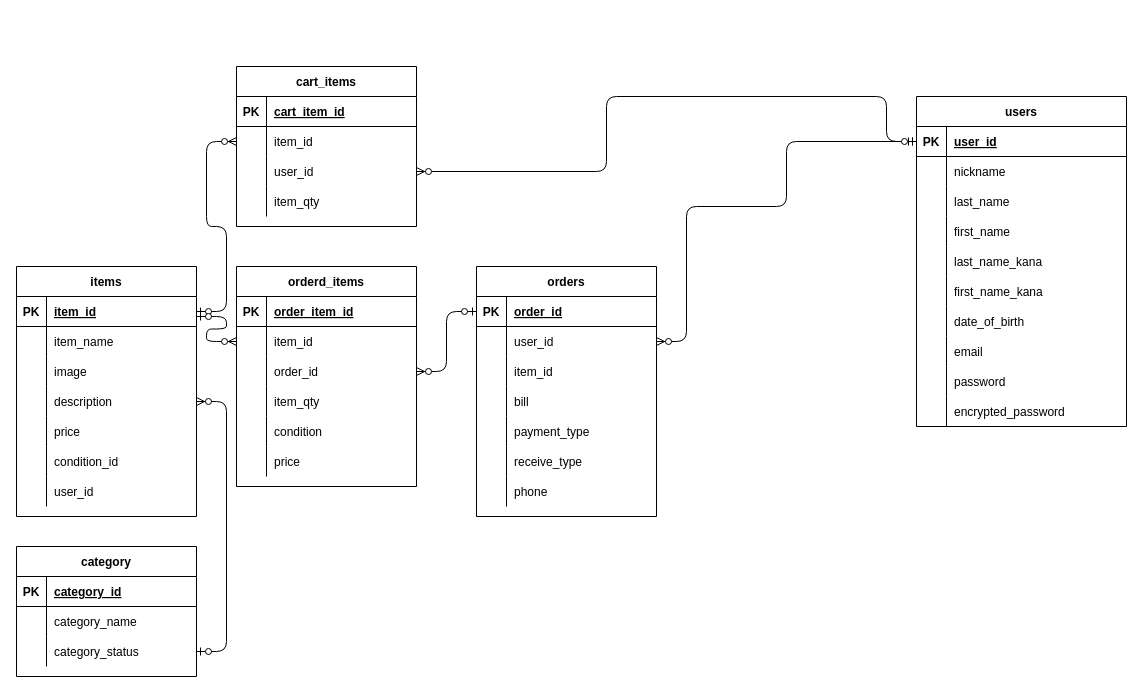
Earlier version of the draw.io diagram ER.dio (fuosa/smartglutton). Source tidied: cells renumbered, new cells numbered last; positions are measured from the earlier drawing's top-left corner, leaving out a move shared by most shapes. Both pictures are drawn from the tidied source at 100%, with x=0, y=0 at pixel (16, 66).
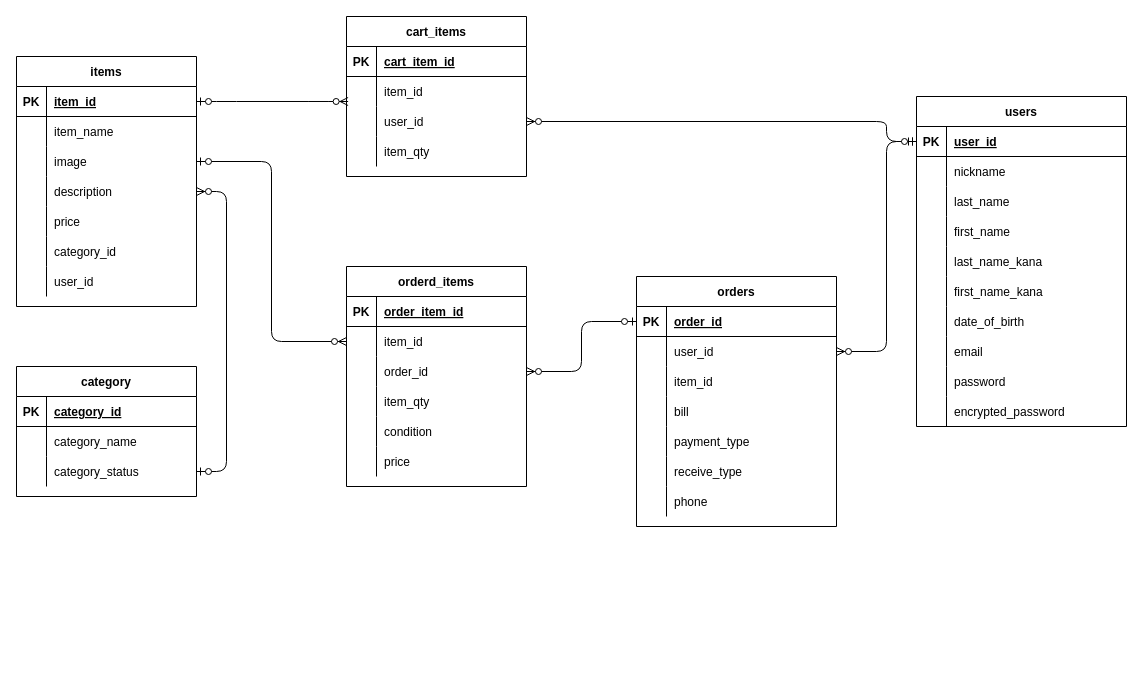
The same diagram, later.

The change refers to these unchanged cells:
```xml
<mxCell id="3" style="shape=partialRectangle;fillColor=none;top=0;left=0;bottom=1;right=0;points=[[0,0.5],[1,0.5]];portConstraint=eastwest;" parent="2" vertex="1">
  <mxGeometry y="30" width="210" height="30" as="geometry" />
</mxCell>
<mxCell id="56" style="shape=partialRectangle;fillColor=none;top=0;left=0;bottom=1;right=0;points=[[0,0.5],[1,0.5]];portConstraint=eastwest;" parent="55" vertex="1">
  <mxGeometry y="30" width="180" height="30" as="geometry" />
</mxCell>
<mxCell id="62" style="shape=partialRectangle;fillColor=none;top=0;left=0;bottom=0;right=0;points=[[0,0.5],[1,0.5]];portConstraint=eastwest;" parent="55" vertex="1">
  <mxGeometry y="90" width="180" height="30" as="geometry" />
</mxCell>
<mxCell id="71" style="shape=partialRectangle;fillColor=none;top=0;left=0;bottom=0;right=0;" parent="55" vertex="1">
  <mxGeometry y="180" width="180" height="30" as="geometry" />
</mxCell>
<mxCell id="81" style="shape=partialRectangle;fillColor=none;top=0;left=0;bottom=0;right=0;points=[[0,0.5],[1,0.5]];portConstraint=eastwest;" parent="77" vertex="1">
  <mxGeometry y="60" width="180" height="30" as="geometry" />
</mxCell>
<mxCell id="84" style="shape=partialRectangle;fillColor=none;top=0;left=0;bottom=0;right=0;points=[[0,0.5],[1,0.5]];portConstraint=eastwest;" parent="77" vertex="1">
  <mxGeometry y="90" width="180" height="30" as="geometry" />
</mxCell>
<mxCell id="94" style="shape=partialRectangle;fillColor=none;top=0;left=0;bottom=0;right=0;points=[[0,0.5],[1,0.5]];portConstraint=eastwest;" parent="90" vertex="1">
  <mxGeometry y="60" width="180" height="30" as="geometry" />
</mxCell>
<mxCell id="97" style="shape=partialRectangle;fillColor=none;top=0;left=0;bottom=0;right=0;points=[[0,0.5],[1,0.5]];portConstraint=eastwest;" parent="90" vertex="1">
  <mxGeometry y="90" width="180" height="30" as="geometry" />
</mxCell>
```

Diff of the diagram source:
```diff
@@
     <mxCell id="33" value="orders" style="shape=table;startSize=30;childLayout=tableLayout;rowLines=0;fontStyle=1;align=center;" parent="1" vertex="1">
-      <mxGeometry x="460" y="200" width="180" height="250" as="geometry" />
+      <mxGeometry x="620" y="210" width="200" height="250" as="geometry" />
     </mxCell>
     <mxCell id="34" style="shape=partialRectangle;fillColor=none;top=0;left=0;bottom=1;right=0;points=[[0,0.5],[1,0.5]];portConstraint=eastwest;" parent="33" vertex="1">
-      <mxGeometry y="30" width="180" height="30" as="geometry" />
+      <mxGeometry y="30" width="200" height="30" as="geometry" />
     </mxCell>
@@
     <mxCell id="36" value="order_id" style="shape=partialRectangle;fillColor=none;top=0;left=0;bottom=0;right=0;align=left;spacingLeft=6;fontStyle=5;overflow=hidden;" parent="34" vertex="1">
-      <mxGeometry x="30" width="150" height="30" as="geometry" />
+      <mxGeometry x="30" width="170" height="30" as="geometry" />
     </mxCell>
     <mxCell id="37" style="shape=partialRectangle;fillColor=none;top=0;left=0;bottom=0;right=0;points=[[0,0.5],[1,0.5]];portConstraint=eastwest;" parent="33" vertex="1">
-      <mxGeometry y="60" width="180" height="30" as="geometry" />
+      <mxGeometry y="60" width="200" height="30" as="geometry" />
     </mxCell>
@@
     <mxCell id="39" value="user_id" style="shape=partialRectangle;fillColor=none;top=0;left=0;bottom=0;right=0;align=left;spacingLeft=6;overflow=hidden;" parent="37" vertex="1">
-      <mxGeometry x="30" width="150" height="30" as="geometry" />
+      <mxGeometry x="30" width="170" height="30" as="geometry" />
     </mxCell>
     <mxCell id="40" style="shape=partialRectangle;fillColor=none;top=0;left=0;bottom=0;right=0;" parent="33" vertex="1">
-      <mxGeometry y="90" width="180" height="30" as="geometry" />
+      <mxGeometry y="90" width="200" height="30" as="geometry" />
     </mxCell>
@@
     <mxCell id="42" value="item_id" style="shape=partialRectangle;fillColor=none;top=0;left=0;bottom=0;right=0;align=left;spacingLeft=6;overflow=hidden;" parent="40" vertex="1">
-      <mxGeometry x="30" width="150" height="30" as="geometry" />
+      <mxGeometry x="30" width="170" height="30" as="geometry" />
     </mxCell>
     <mxCell id="43" style="shape=partialRectangle;fillColor=none;top=0;left=0;bottom=0;right=0;" parent="33" vertex="1">
-      <mxGeometry y="120" width="180" height="30" as="geometry" />
+      <mxGeometry y="120" width="200" height="30" as="geometry" />
     </mxCell>
@@
     <mxCell id="45" value="bill" style="shape=partialRectangle;fillColor=none;top=0;left=0;bottom=0;right=0;align=left;spacingLeft=6;overflow=hidden;" parent="43" vertex="1">
-      <mxGeometry x="30" width="150" height="30" as="geometry" />
+      <mxGeometry x="30" width="170" height="30" as="geometry" />
     </mxCell>
     <mxCell id="46" style="shape=partialRectangle;fillColor=none;top=0;left=0;bottom=0;right=0;" parent="33" vertex="1">
-      <mxGeometry y="150" width="180" height="30" as="geometry" />
+      <mxGeometry y="150" width="200" height="30" as="geometry" />
     </mxCell>
@@
     <mxCell id="48" value="payment_type" style="shape=partialRectangle;fillColor=none;top=0;left=0;bottom=0;right=0;align=left;spacingLeft=6;overflow=hidden;" parent="46" vertex="1">
-      <mxGeometry x="30" width="150" height="30" as="geometry" />
+      <mxGeometry x="30" width="170" height="30" as="geometry" />
     </mxCell>
     <mxCell id="49" style="shape=partialRectangle;fillColor=none;top=0;left=0;bottom=0;right=0;" parent="33" vertex="1">
-      <mxGeometry y="180" width="180" height="30" as="geometry" />
+      <mxGeometry y="180" width="200" height="30" as="geometry" />
     </mxCell>
@@
     <mxCell id="51" value="receive_type" style="shape=partialRectangle;fillColor=none;top=0;left=0;bottom=0;right=0;align=left;spacingLeft=6;overflow=hidden;" parent="49" vertex="1">
-      <mxGeometry x="30" width="150" height="30" as="geometry" />
+      <mxGeometry x="30" width="170" height="30" as="geometry" />
     </mxCell>
     <mxCell id="52" style="shape=partialRectangle;fillColor=none;top=0;left=0;bottom=0;right=0;" parent="33" vertex="1">
-      <mxGeometry y="210" width="180" height="30" as="geometry" />
+      <mxGeometry y="210" width="200" height="30" as="geometry" />
     </mxCell>
@@
     <mxCell id="54" value="phone" style="shape=partialRectangle;fillColor=none;top=0;left=0;bottom=0;right=0;align=left;spacingLeft=6;overflow=hidden;" parent="52" vertex="1">
-      <mxGeometry x="30" width="150" height="30" as="geometry" />
+      <mxGeometry x="30" width="170" height="30" as="geometry" />
     </mxCell>
     <mxCell id="55" value="items" style="shape=table;startSize=30;childLayout=tableLayout;rowLines=0;fontStyle=1;align=center;" parent="1" vertex="1">
-      <mxGeometry y="200" width="180" height="250" as="geometry" />
+      <mxGeometry y="-10" width="180" height="250" as="geometry" />
     </mxCell>
@@
-    <mxCell id="73" value="condition_id" style="shape=partialRectangle;fillColor=none;top=0;left=0;bottom=0;right=0;align=left;spacingLeft=6;overflow=hidden;" parent="71" vertex="1">
+    <mxCell id="73" value="category_id" style="shape=partialRectangle;fillColor=none;top=0;left=0;bottom=0;right=0;align=left;spacingLeft=6;overflow=hidden;" parent="71" vertex="1">
       <mxGeometry x="30" width="150" height="30" as="geometry" />
     </mxCell>
@@
     <mxCell id="77" value="cart_items" style="shape=table;startSize=30;childLayout=tableLayout;rowLines=0;fontStyle=1;align=center;" parent="1" vertex="1">
-      <mxGeometry x="220" width="180" height="160" as="geometry" />
+      <mxGeometry x="330" y="-50" width="180" height="160" as="geometry" />
     </mxCell>
@@
     <mxCell id="90" value="orderd_items" style="shape=table;startSize=30;childLayout=tableLayout;rowLines=0;fontStyle=1;align=center;" parent="1" vertex="1">
-      <mxGeometry x="220" y="200" width="180" height="220" as="geometry" />
+      <mxGeometry x="330" y="200" width="180" height="220" as="geometry" />
     </mxCell>
@@
     <mxCell id="109" value="category" style="shape=table;startSize=30;childLayout=tableLayout;rowLines=0;fontStyle=1;align=center;" parent="1" vertex="1">
-      <mxGeometry y="480" width="180" height="130" as="geometry" />
+      <mxGeometry y="300" width="180" height="130" as="geometry" />
     </mxCell>
@@
     <mxCell id="119" style="edgeStyle=orthogonalEdgeStyle;fontSize=12;html=1;endArrow=ERzeroToMany;startArrow=ERmandOne;exitX=0;exitY=0.5;exitDx=0;exitDy=0;entryX=1;entryY=0.5;entryDx=0;entryDy=0;" parent="1" edge="1" source="3" target="84">
       <mxGeometry relative="1" as="geometry">
         <Array as="points">
           <mxPoint x="870" y="75" />
-          <mxPoint x="870" y="30" />
-          <mxPoint x="590" y="30" />
-          <mxPoint x="590" y="105" />
+          <mxPoint x="870" y="55" />
         </Array>
       </mxGeometry>
     </mxCell>
     <mxCell id="120" style="edgeStyle=orthogonalEdgeStyle;fontSize=12;html=1;endArrow=ERzeroToMany;startArrow=ERzeroToOne;entryX=1;entryY=0.5;entryDx=0;entryDy=0;exitX=0;exitY=0.5;exitDx=0;exitDy=0;" parent="1" edge="1" source="3" target="37">
       <mxGeometry relative="1" as="geometry">
         <Array as="points">
-          <mxPoint x="770" y="75" />
-          <mxPoint x="770" y="140" />
-          <mxPoint x="670" y="140" />
-          <mxPoint x="670" y="275" />
+          <mxPoint x="870" y="75" />
+          <mxPoint x="870" y="285" />
         </Array>
       </mxGeometry>
     </mxCell>
-    <mxCell id="121" style="edgeStyle=entityRelationEdgeStyle;fontSize=12;html=1;endArrow=ERzeroToMany;startArrow=ERzeroToOne;exitX=0;exitY=0.5;exitDx=0;exitDy=0;" parent="1" edge="1" source="34" target="97">
+    <mxCell id="121" style="edgeStyle=orthogonalEdgeStyle;fontSize=12;html=1;endArrow=ERzeroToMany;startArrow=ERzeroToOne;exitX=0;exitY=0.5;exitDx=0;exitDy=0;" parent="1" edge="1" source="34" target="97">
       <mxGeometry relative="1" as="geometry" />
     </mxCell>
-    <mxCell id="122" style="edgeStyle=entityRelationEdgeStyle;fontSize=12;html=1;endArrow=ERzeroToMany;startArrow=ERzeroToOne;entryX=0;entryY=0.5;entryDx=0;entryDy=0;exitX=1;exitY=0.5;exitDx=0;exitDy=0;" parent="1" edge="1" source="56" target="81">
+    <mxCell id="122" style="edgeStyle=entityRelationEdgeStyle;fontSize=12;html=1;endArrow=ERzeroToMany;startArrow=ERzeroToOne;entryX=0.009;entryY=-0.167;entryDx=0;entryDy=0;exitX=1;exitY=0.5;exitDx=0;exitDy=0;entryPerimeter=0;" parent="1" edge="1" source="56" target="84">
       <mxGeometry relative="1" as="geometry" />
     </mxCell>
-    <mxCell id="123" style="edgeStyle=entityRelationEdgeStyle;fontSize=12;html=1;endArrow=ERzeroToMany;startArrow=ERzeroToOne;entryX=0;entryY=0.5;entryDx=0;entryDy=0;" parent="1" edge="1" target="94">
-      <mxGeometry relative="1" as="geometry">
-        <mxPoint x="180" y="250" as="sourcePoint" />
-      </mxGeometry>
+    <mxCell id="123" style="edgeStyle=orthogonalEdgeStyle;fontSize=12;html=1;endArrow=ERzeroToMany;startArrow=ERzeroToOne;entryX=0;entryY=0.5;entryDx=0;entryDy=0;exitX=1;exitY=0.5;exitDx=0;exitDy=0;" parent="1" edge="1" source="62" target="94">
+      <mxGeometry relative="1" as="geometry" />
     </mxCell>
```
